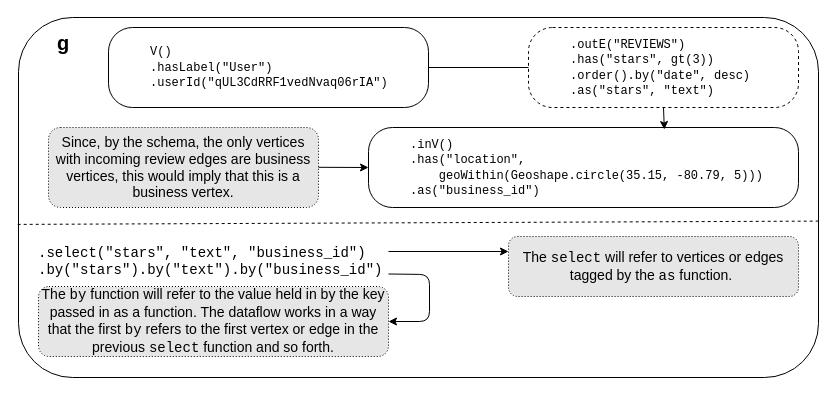
Earlier version of the draw.io diagram providentia-docs/report/drawio/gremlin-pattern.drawio (DavidBakerEffendi/providentia). Source tidied: cells renumbered, new cells numbered last; positions are measured from the earlier drawing's top-left corner, leaving out a move shared by most shapes. Both pictures are drawn from the tidied source at 100%, with x=0, y=0 at pixel (17, 17).
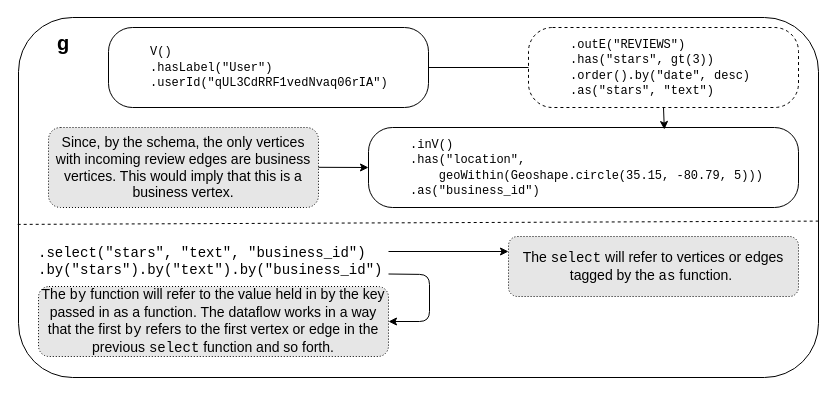
The same page after the edit.

What changed in the source:
```diff
@@
-    <mxCell id="10" value="Since, by the schema, the only vertices with incoming review edges are business vertices, this would imply that this is a business vertex." style="text;html=1;strokeColor=#000000;fillColor=#E6E6E6;align=center;verticalAlign=middle;whiteSpace=wrap;rounded=1;fontSize=14;dashed=1;dashPattern=1 2;" parent="1" vertex="1">
+    <mxCell id="10" value="Since, by the schema, the only vertices with incoming review edges are business vertices. This would imply that this is a business vertex." style="text;html=1;strokeColor=#000000;fillColor=#E6E6E6;align=center;verticalAlign=middle;whiteSpace=wrap;rounded=1;fontSize=14;dashed=1;dashPattern=1 2;" parent="1" vertex="1">
       <mxGeometry x="31" y="110" width="270" height="80" as="geometry" />
     </mxCell>
```
